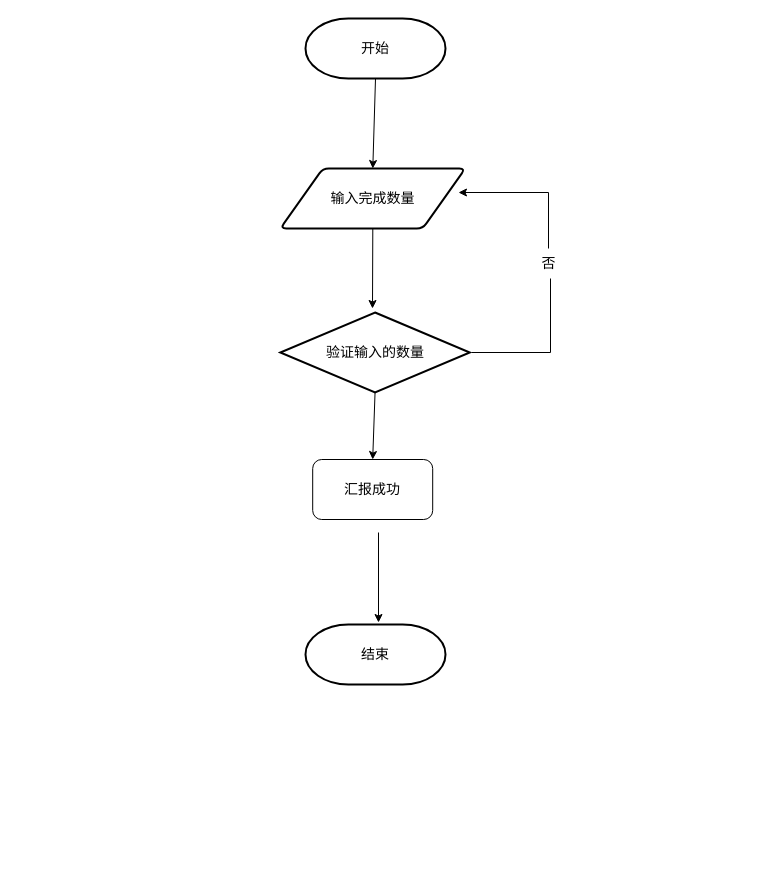
This is 制令单流程图.drawio from KNAI-I/test, a draw.io file, before an edit. Source tidied: cells renumbered, new cells numbered last; positions are measured from the earlier drawing's top-left corner, leaving out a move shared by most shapes. Both pictures are drawn from the tidied source at 100%, with x=0, y=0 at pixel (280, 18).
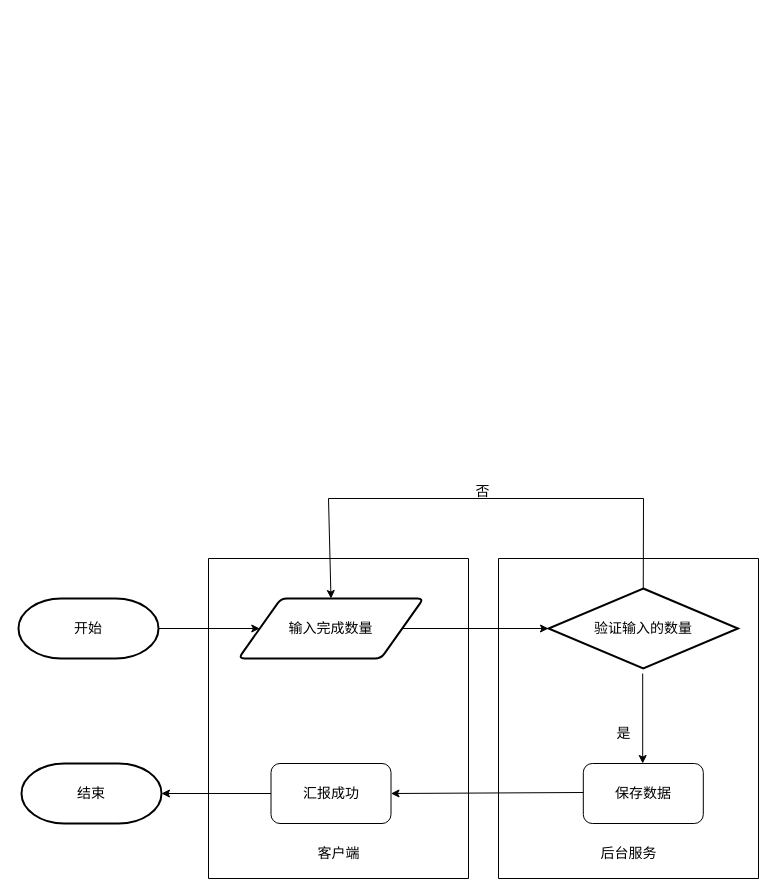
After the change.

Commit message (it also covers changes not shown here):
更新制令单流程图.drawio

Change to the diagram source:
```diff
@@
+    <mxCell id="14" style="verticalLabelPosition=bottom;verticalAlign=top;html=1;shape=mxgraph.basic.rect;fillColor2=none;strokeWidth=1;size=20;indent=5;fontSize=14;" parent="1" vertex="1">
+      <mxGeometry x="218" y="540" width="260" height="320" as="geometry" />
+    </mxCell>
+    <mxCell id="15" style="verticalLabelPosition=bottom;verticalAlign=top;html=1;shape=mxgraph.basic.rect;fillColor2=none;strokeWidth=1;size=20;indent=5;fontSize=14;" parent="1" vertex="1">
+      <mxGeometry x="-72" y="540" width="260" height="320" as="geometry" />
+    </mxCell>
     <mxCell id="2" value="开始" style="strokeWidth=2;html=1;shape=mxgraph.flowchart.terminator;whiteSpace=wrap;fontSize=14;" parent="1" vertex="1">
-      <mxGeometry x="25" width="140" height="60" as="geometry" />
+      <mxGeometry x="-262" y="580" width="140" height="60" as="geometry" />
     </mxCell>
     <mxCell id="3" value="输入完成数量" style="shape=parallelogram;html=1;strokeWidth=2;perimeter=parallelogramPerimeter;whiteSpace=wrap;rounded=1;arcSize=12;size=0.23;fontSize=14;" parent="1" vertex="1">
-      <mxGeometry x="-0.2" y="150" width="185" height="60" as="geometry" />
+      <mxGeometry x="-42" y="580" width="185" height="60" as="geometry" />
     </mxCell>
     <mxCell id="4" value="验证输入的数量" style="strokeWidth=2;html=1;shape=mxgraph.flowchart.decision;whiteSpace=wrap;fontSize=14;" parent="1" vertex="1">
-      <mxGeometry x="-0.2" y="294" width="189.5" height="80" as="geometry" />
+      <mxGeometry x="268" y="570" width="189.5" height="80" as="geometry" />
     </mxCell>
     <mxCell id="5" value="结束" style="strokeWidth=2;html=1;shape=mxgraph.flowchart.terminator;whiteSpace=wrap;fontSize=14;" parent="1" vertex="1">
-      <mxGeometry x="25" y="606" width="140" height="60" as="geometry" />
+      <mxGeometry x="-259" y="745" width="140" height="60" as="geometry" />
     </mxCell>
-    <mxCell id="6" style="edgeStyle=elbowEdgeStyle;elbow=horizontal;endArrow=classic;html=1;rounded=0;fontSize=14;startArrow=none;" parent="1" edge="1" source="7">
-      <mxGeometry relative="1" as="geometry">
-        <mxPoint x="178" y="174" as="targetPoint" />
-        <Array as="points">
-          <mxPoint x="268" y="180" />
-        </Array>
-      </mxGeometry>
-    </mxCell>
-    <mxCell id="7" value="否" style="text;html=1;align=center;verticalAlign=middle;points=[];strokeColor=none;fillColor=none;fontSize=14;" parent="1" vertex="1">
-      <mxGeometry x="248" y="230" width="40" height="30" as="geometry" />
+    <mxCell id="7" value="是" style="text;html=1;align=center;verticalAlign=middle;points=[];strokeColor=none;fillColor=none;fontSize=14;" parent="1" vertex="1">
+      <mxGeometry x="323" y="700" width="40" height="30" as="geometry" />
     </mxCell>
-    <mxCell id="8" style="edgeStyle=elbowEdgeStyle;elbow=horizontal;endArrow=none;html=1;rounded=0;fontSize=14;" parent="1" edge="1" target="7">
-      <mxGeometry relative="1" as="geometry">
-        <mxPoint x="191.2" y="334" as="sourcePoint" />
-        <Array as="points">
-          <mxPoint x="270" y="264" />
-        </Array>
-      </mxGeometry>
-    </mxCell>
+    <mxCell id="11" value="保存数据" style="rounded=1;whiteSpace=wrap;html=1;fontSize=14;" parent="1" vertex="1">
+      <mxGeometry x="302.8" y="745" width="120" height="60" as="geometry" />
+    </mxCell>
+    <mxCell id="13" style="endArrow=classic;html=1;rounded=0;fontSize=14;" parent="1" edge="1">
+      <mxGeometry relative="1" as="geometry">
+        <mxPoint x="362.2" y="655" as="sourcePoint" />
+        <mxPoint x="362.2" y="745" as="targetPoint" />
+      </mxGeometry>
+    </mxCell>
+    <mxCell id="16" value="客户端" style="text;html=1;align=center;verticalAlign=middle;strokeColor=none;fillColor=none;fontSize=14;" parent="1" vertex="1">
+      <mxGeometry x="23" y="820" width="70" height="30" as="geometry" />
+    </mxCell>
+    <mxCell id="17" value="后台服务" style="text;html=1;align=center;verticalAlign=middle;strokeColor=none;fillColor=none;fontSize=14;" parent="1" vertex="1">
+      <mxGeometry x="308" y="820" width="80" height="30" as="geometry" />
+    </mxCell>
-    <mxCell id="9" style="endArrow=classic;html=1;rounded=0;fontSize=14;exitX=0.5;exitY=1;exitDx=0;exitDy=0;exitPerimeter=0;entryX=0.5;entryY=0;entryDx=0;entryDy=0;" parent="1" edge="1" source="2" target="3">
+    <mxCell id="9" style="endArrow=classic;html=1;rounded=0;fontSize=14;exitX=1;exitY=0.5;exitDx=0;exitDy=0;exitPerimeter=0;entryX=0;entryY=0.5;entryDx=0;entryDy=0;" parent="1" edge="1" source="2" target="3">
       <mxGeometry relative="1" as="geometry" />
     </mxCell>
-    <mxCell id="10" style="endArrow=classic;html=1;rounded=0;fontSize=14;exitX=0.5;exitY=1;exitDx=0;exitDy=0;" parent="1" edge="1" source="3">
-      <mxGeometry relative="1" as="geometry">
-        <mxPoint x="92" y="290" as="targetPoint" />
-      </mxGeometry>
-    </mxCell>
-    <mxCell id="11" value="汇报成功" style="rounded=1;whiteSpace=wrap;html=1;fontSize=14;" parent="1" vertex="1">
-      <mxGeometry x="32.2" y="441" width="120" height="60" as="geometry" />
-    </mxCell>
-    <mxCell id="12" style="endArrow=classic;html=1;rounded=0;fontSize=14;exitX=0.5;exitY=1;exitDx=0;exitDy=0;exitPerimeter=0;entryX=0.5;entryY=0;entryDx=0;entryDy=0;" parent="1" edge="1" source="4" target="11">
-      <mxGeometry relative="1" as="geometry" />
-    </mxCell>
-    <mxCell id="13" style="endArrow=classic;html=1;rounded=0;fontSize=14;" parent="1" edge="1">
-      <mxGeometry relative="1" as="geometry">
-        <mxPoint x="98" y="514" as="sourcePoint" />
-        <mxPoint x="98" y="604" as="targetPoint" />
-      </mxGeometry>
-    </mxCell>
+    <mxCell id="18" style="endArrow=classic;html=1;rounded=0;fontSize=14;exitX=1;exitY=0.5;exitDx=0;exitDy=0;entryX=0;entryY=0.5;entryDx=0;entryDy=0;entryPerimeter=0;" parent="1" edge="1" source="3" target="4">
+      <mxGeometry relative="1" as="geometry" />
+    </mxCell>
+    <mxCell id="19" style="endArrow=classic;html=1;rounded=0;fontSize=14;exitX=0.5;exitY=0;exitDx=0;exitDy=0;exitPerimeter=0;entryX=0.5;entryY=0;entryDx=0;entryDy=0;" parent="1" edge="1" source="4" target="3">
+      <mxGeometry relative="1" as="geometry">
+        <Array as="points">
+          <mxPoint x="363" y="480" />
+          <mxPoint x="48" y="480" />
+        </Array>
+      </mxGeometry>
+    </mxCell>
+    <mxCell id="20" value="否" style="text;html=1;align=center;verticalAlign=middle;strokeColor=none;fillColor=none;fontSize=14;" parent="1" vertex="1">
+      <mxGeometry x="182" y="458" width="40" height="30" as="geometry" />
+    </mxCell>
+    <mxCell id="21" value="汇报成功" style="rounded=1;whiteSpace=wrap;html=1;fontSize=14;" parent="1" vertex="1">
+      <mxGeometry x="-9.5" y="745" width="120" height="60" as="geometry" />
+    </mxCell>
+    <mxCell id="22" style="endArrow=classic;html=1;rounded=0;fontSize=14;exitX=0;exitY=0.5;exitDx=0;exitDy=0;entryX=1;entryY=0.5;entryDx=0;entryDy=0;" parent="1" edge="1" target="21">
+      <mxGeometry relative="1" as="geometry">
+        <mxPoint x="302.8" y="774" as="sourcePoint" />
+      </mxGeometry>
+    </mxCell>
+    <mxCell id="23" style="endArrow=classic;html=1;rounded=0;fontSize=14;entryX=1;entryY=0.5;entryDx=0;entryDy=0;entryPerimeter=0;exitX=0;exitY=0.5;exitDx=0;exitDy=0;" parent="1" edge="1" source="21" target="5">
+      <mxGeometry relative="1" as="geometry" />
+    </mxCell>
```
